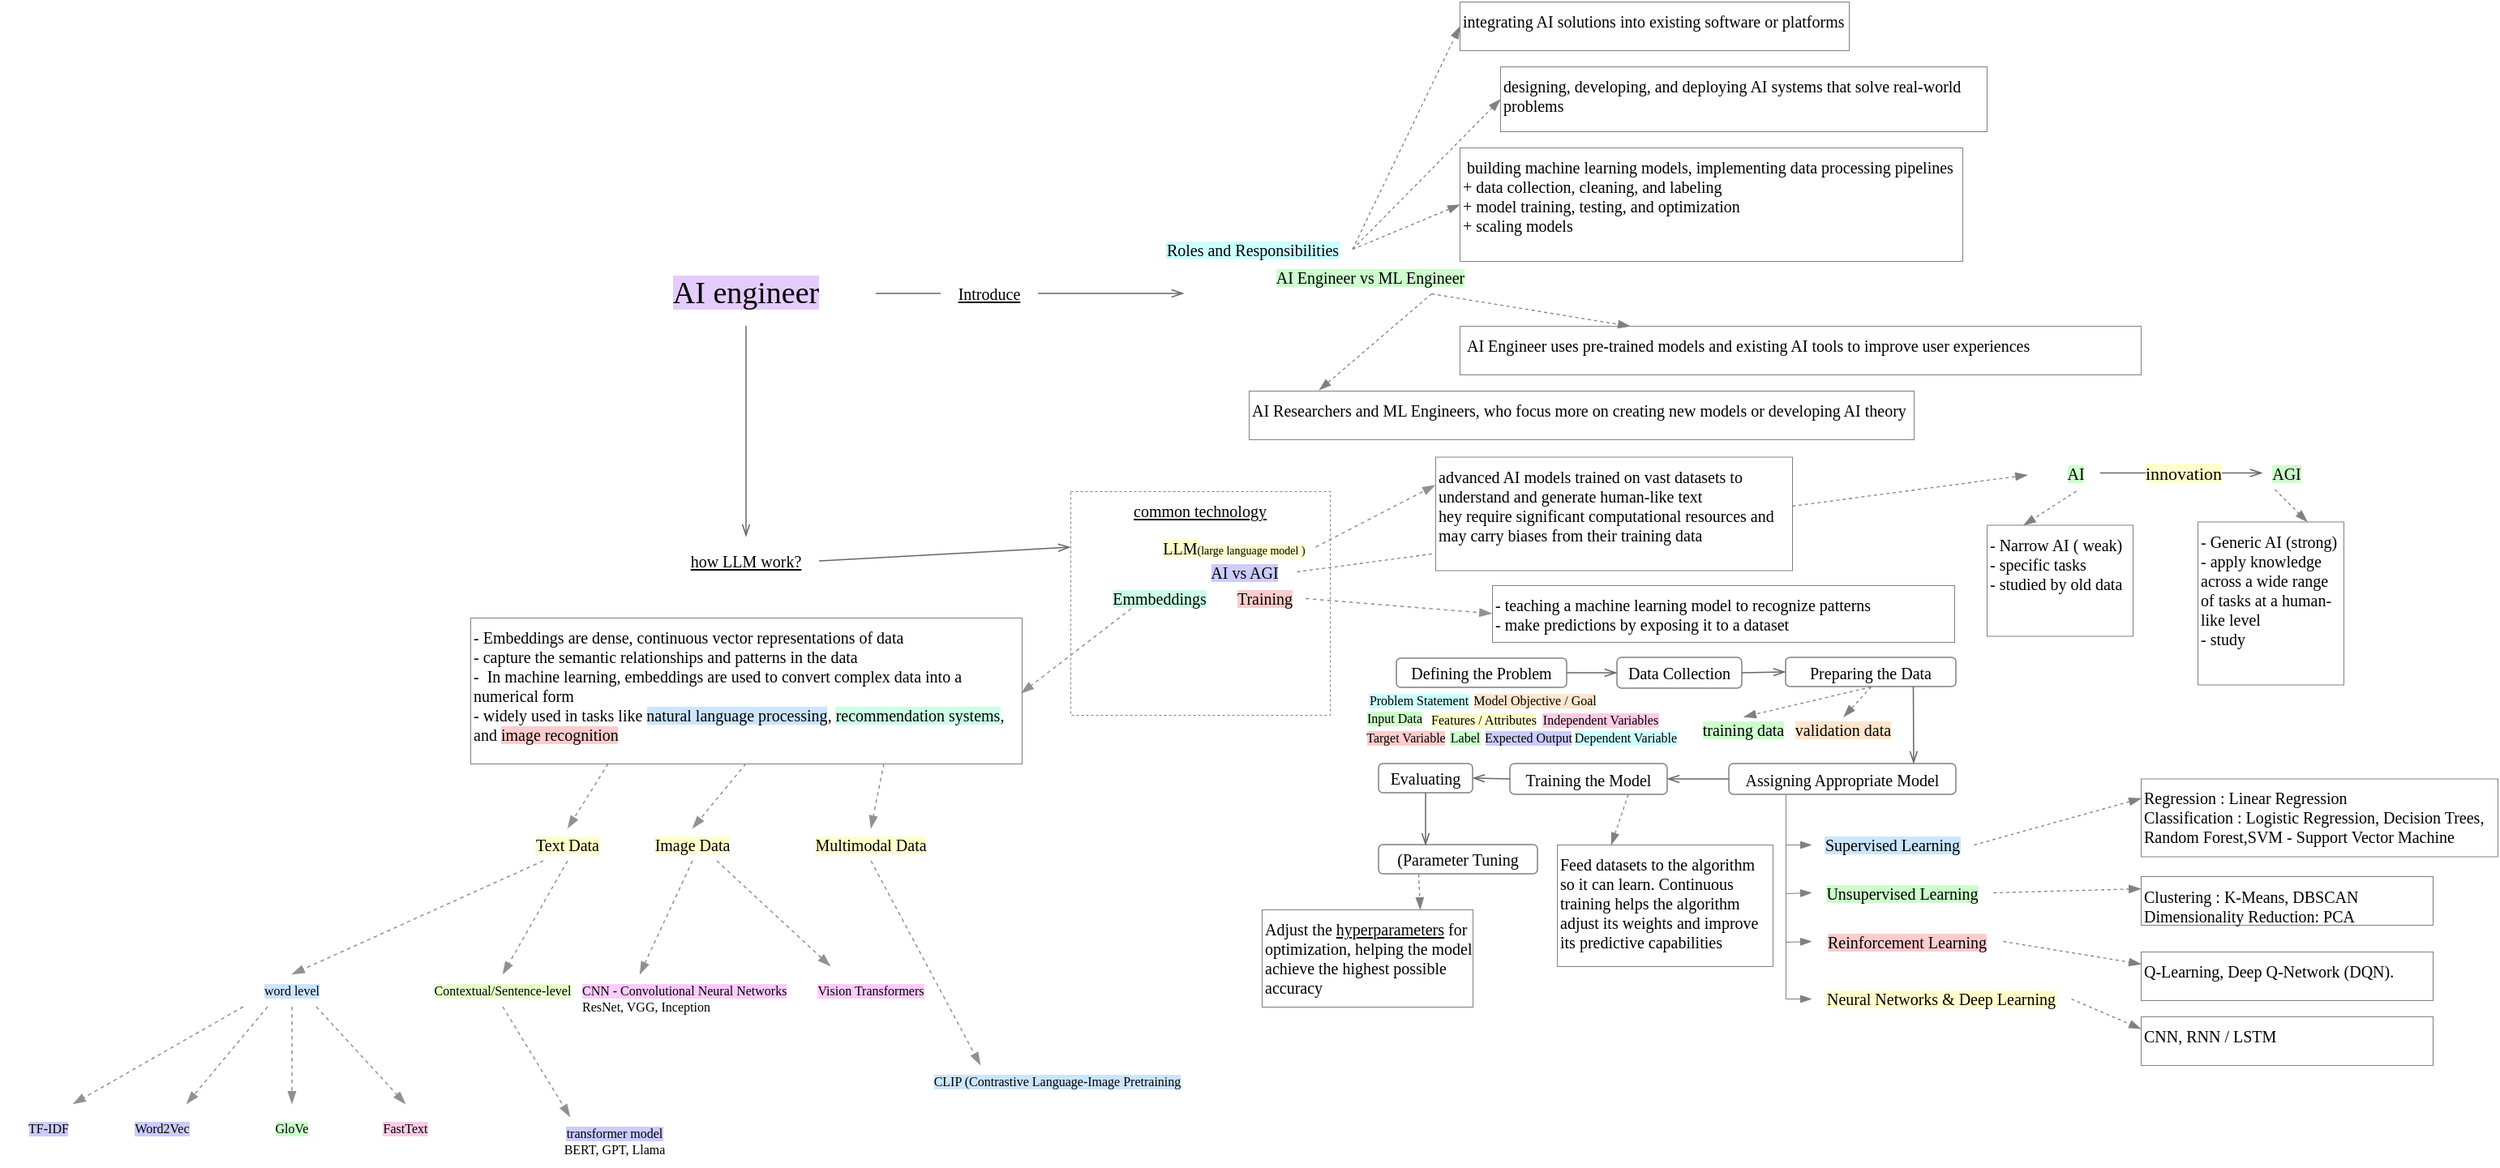
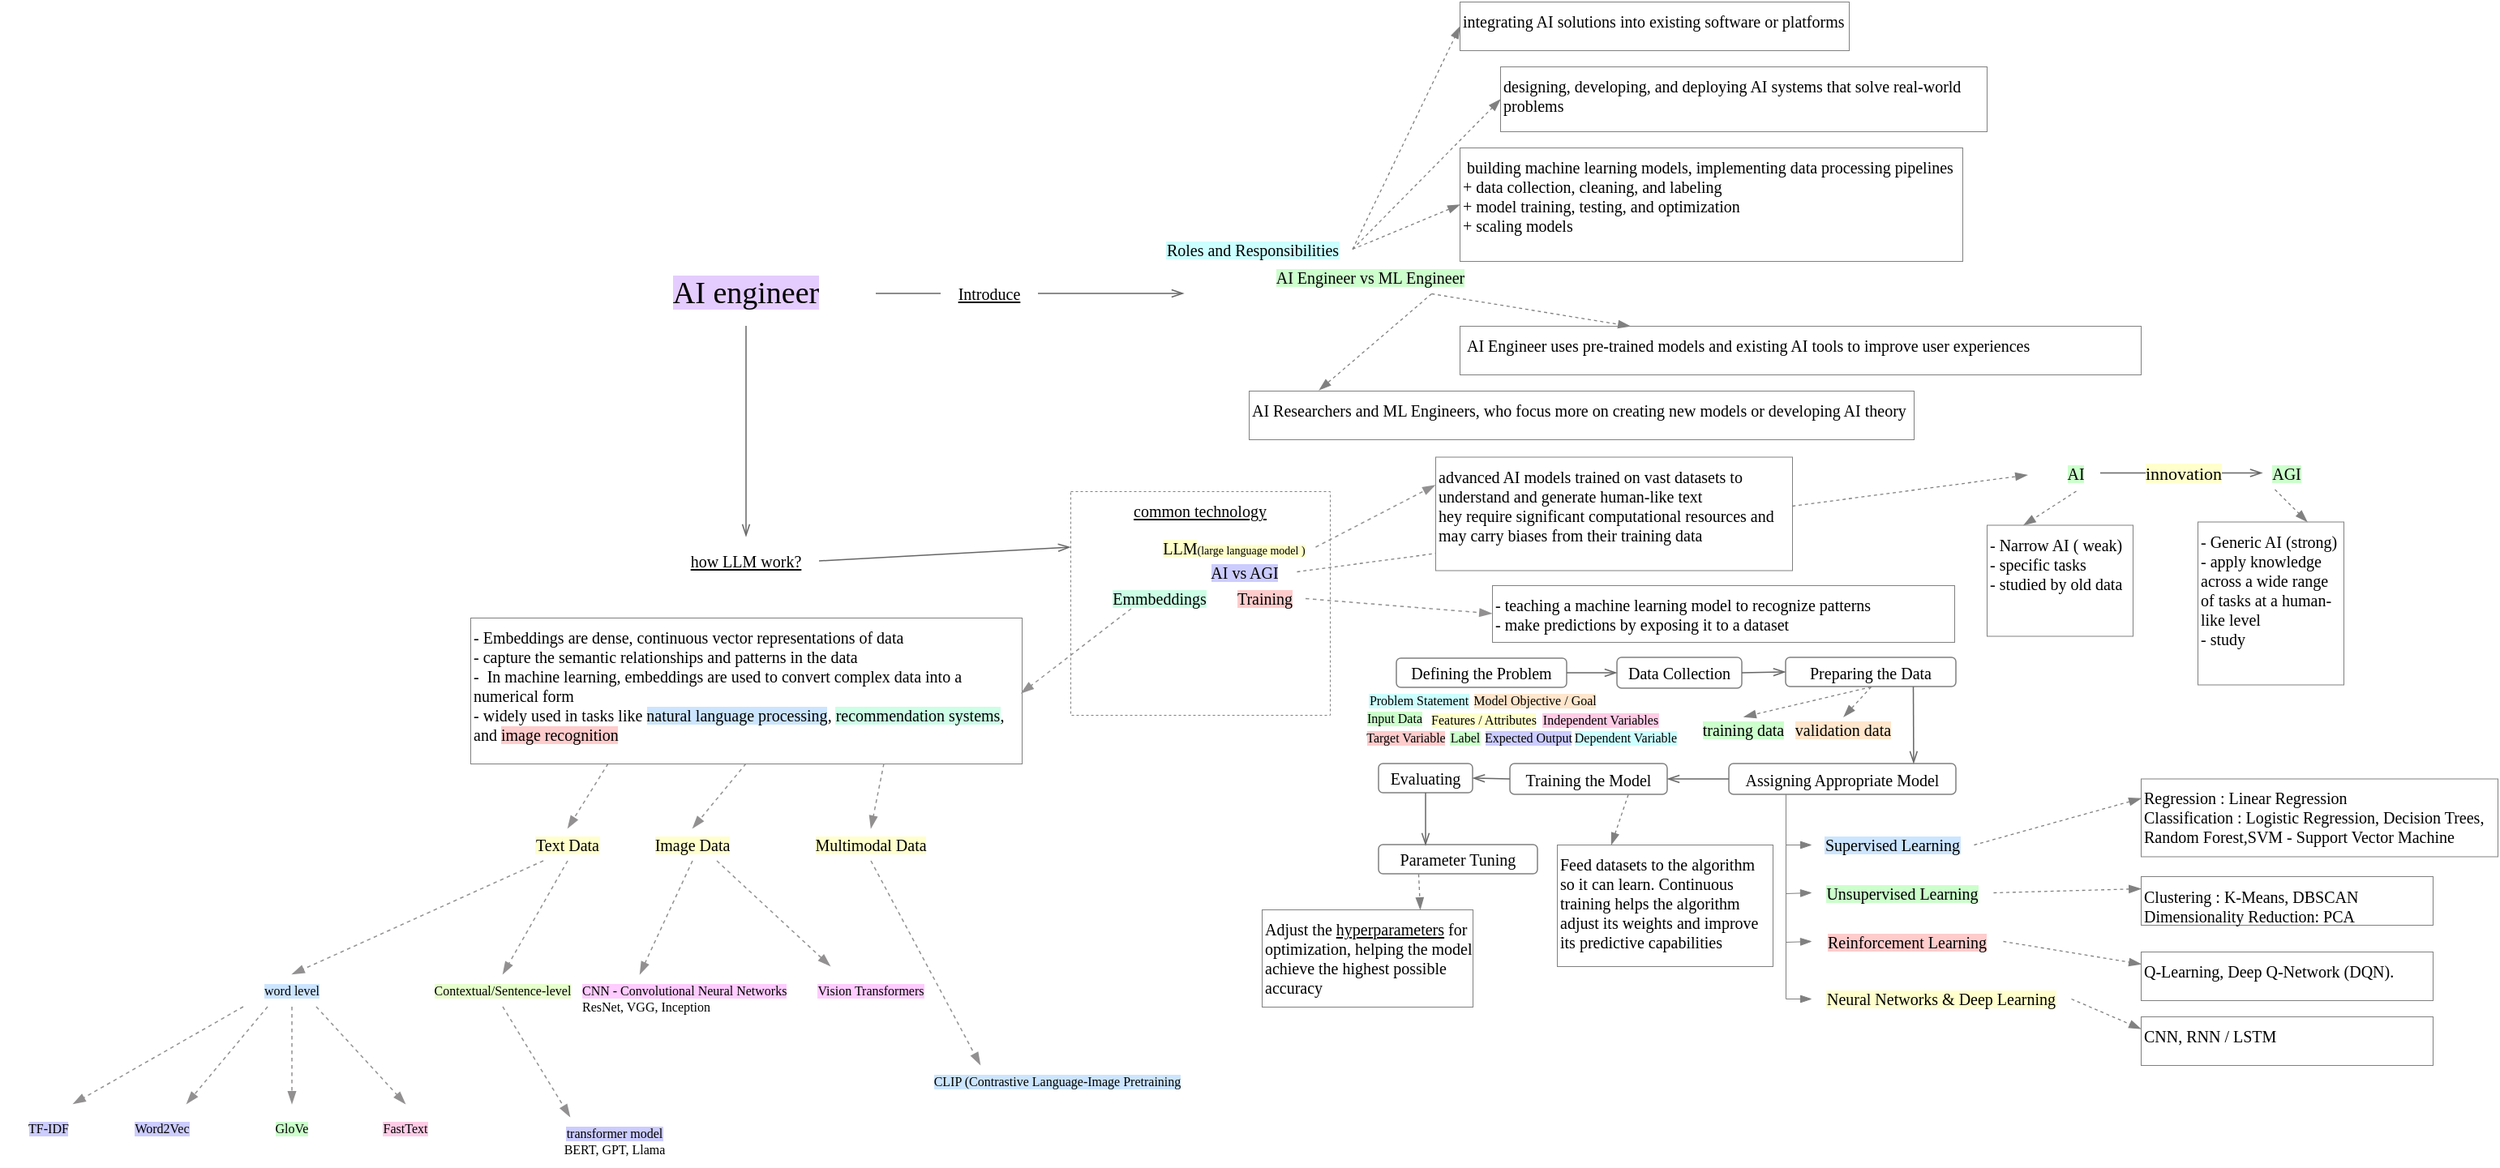
<mxfile host="app.diagrams.net" agent="Mozilla/5.0 (Macintosh; Intel Mac OS X 10_15_7) AppleWebKit/537.36 (KHTML, like Gecko) draw.io/29.3.0 Chrome/140.0.7339.249 Electron/38.7.2 Safari/537.36">
  <diagram name="Page-1" id="n3nyEJ4kgbD7jWuKOy95">
    <mxGraphModel dx="514" dy="240" grid="1" gridSize="10" guides="1" tooltips="1" connect="1" arrows="1" fold="1" page="1" pageScale="1" pageWidth="827" pageHeight="1169" math="0" shadow="0">
      <root>
        <mxCell id="0" />
        <mxCell id="1" parent="0" />
        <mxCell id="48Jv2C9wjBzbgeSbcpPr-1" parent="1" style="text;html=1;whiteSpace=wrap;strokeColor=none;fillColor=none;align=center;verticalAlign=middle;rounded=0;fontFamily=Comic Sans MS;fontSize=19;" value="&lt;span style=&quot;background-color: rgb(229, 204, 255);&quot;&gt;AI engineer&lt;/span&gt;" vertex="1">
          <mxGeometry height="40" width="160" x="400" y="360" as="geometry" />
        </mxCell>
        <mxCell id="48Jv2C9wjBzbgeSbcpPr-3" parent="1" style="text;html=1;whiteSpace=wrap;strokeColor=none;fillColor=none;align=center;verticalAlign=middle;rounded=0;fontFamily=Comic Sans MS;fontSize=10;fontStyle=4" value="how LLM work?" vertex="1">
          <mxGeometry height="30" width="90" x="435" y="530" as="geometry" />
        </mxCell>
        <mxCell id="48Jv2C9wjBzbgeSbcpPr-6" edge="1" parent="1" source="48Jv2C9wjBzbgeSbcpPr-1" style="endArrow=openThin;html=1;rounded=0;strokeWidth=0.75;endFill=0;strokeColor=#666666;exitX=0.5;exitY=1;exitDx=0;exitDy=0;entryX=0.5;entryY=0;entryDx=0;entryDy=0;fontFamily=Comic Sans MS;" target="48Jv2C9wjBzbgeSbcpPr-3" value="">
          <mxGeometry height="50" relative="1" width="50" as="geometry">
            <mxPoint x="390" y="450" as="sourcePoint" />
            <mxPoint x="440" y="400" as="targetPoint" />
          </mxGeometry>
        </mxCell>
        <mxCell id="48Jv2C9wjBzbgeSbcpPr-8" parent="1" style="text;html=1;whiteSpace=wrap;strokeColor=none;fillColor=none;align=center;verticalAlign=middle;rounded=0;fontFamily=Comic Sans MS;fontSize=10;fontStyle=4" value="Introduce" vertex="1">
          <mxGeometry height="30" width="60" x="600" y="365" as="geometry" />
        </mxCell>
        <mxCell id="48Jv2C9wjBzbgeSbcpPr-9" edge="1" parent="1" source="48Jv2C9wjBzbgeSbcpPr-1" style="endArrow=none;html=1;rounded=0;strokeWidth=0.75;endFill=0;strokeColor=#666666;entryX=0;entryY=0.5;entryDx=0;entryDy=0;exitX=1;exitY=0.5;exitDx=0;exitDy=0;fontFamily=Comic Sans MS;" target="48Jv2C9wjBzbgeSbcpPr-8" value="">
          <mxGeometry height="50" relative="1" width="50" as="geometry">
            <mxPoint x="390" y="450" as="sourcePoint" />
            <mxPoint x="440" y="400" as="targetPoint" />
          </mxGeometry>
        </mxCell>
        <mxCell id="48Jv2C9wjBzbgeSbcpPr-11" edge="1" parent="1" source="48Jv2C9wjBzbgeSbcpPr-8" style="endArrow=openThin;html=1;rounded=0;strokeWidth=0.75;endFill=0;strokeColor=#666666;exitX=1;exitY=0.5;exitDx=0;exitDy=0;fontFamily=Comic Sans MS;" value="">
          <mxGeometry height="50" relative="1" width="50" as="geometry">
            <mxPoint x="590" y="450" as="sourcePoint" />
            <mxPoint x="750" y="380" as="targetPoint" />
          </mxGeometry>
        </mxCell>
        <mxCell id="48Jv2C9wjBzbgeSbcpPr-13" parent="1" style="text;html=1;whiteSpace=wrap;strokeColor=none;fillColor=none;align=center;verticalAlign=middle;rounded=0;fontFamily=Comic Sans MS;fontSize=10;" value="&lt;div&gt;&lt;span style=&quot;background-color: rgb(204, 255, 255);&quot;&gt;Roles and Responsibilities&lt;/span&gt;&lt;/div&gt;" vertex="1">
          <mxGeometry height="15" width="122.5" x="731.25" y="345" as="geometry" />
        </mxCell>
        <mxCell id="48Jv2C9wjBzbgeSbcpPr-14" parent="1" style="rounded=0;whiteSpace=wrap;html=1;fontFamily=Comic Sans MS;strokeWidth=0.5;strokeColor=#808080;align=left;verticalAlign=top;fontSize=10;" value="designing, developing, and deploying AI systems that solve real-world problems" vertex="1">
          <mxGeometry height="40" width="300" x="945" y="240" as="geometry" />
        </mxCell>
        <mxCell id="48Jv2C9wjBzbgeSbcpPr-15" parent="1" style="rounded=0;whiteSpace=wrap;html=1;fontFamily=Comic Sans MS;strokeWidth=0.5;strokeColor=#808080;align=left;verticalAlign=top;fontSize=10;" value="&amp;nbsp;building machine learning models, implementing data processing pipelines&lt;div&gt;+&amp;nbsp;data collection, cleaning, and labeling&lt;/div&gt;&lt;div&gt;+&amp;nbsp;model training, testing, and optimization&lt;/div&gt;&lt;div&gt;+&amp;nbsp;scaling models&lt;/div&gt;" vertex="1">
          <mxGeometry height="70" width="310" x="920" y="290" as="geometry" />
        </mxCell>
        <mxCell id="48Jv2C9wjBzbgeSbcpPr-16" parent="1" style="rounded=0;whiteSpace=wrap;html=1;fontFamily=Comic Sans MS;strokeWidth=0.5;strokeColor=#808080;align=left;verticalAlign=top;fontSize=10;" value="integrating AI solutions into existing software or platforms" vertex="1">
          <mxGeometry height="30" width="240" x="920" y="200" as="geometry" />
        </mxCell>
        <mxCell id="48Jv2C9wjBzbgeSbcpPr-17" edge="1" parent="1" source="48Jv2C9wjBzbgeSbcpPr-13" style="endArrow=blockThin;html=1;rounded=0;strokeColor=#808080;endFill=1;strokeWidth=0.65;exitX=1;exitY=0.5;exitDx=0;exitDy=0;entryX=0;entryY=0.5;entryDx=0;entryDy=0;dashed=1;fontFamily=Comic Sans MS;" target="48Jv2C9wjBzbgeSbcpPr-15" value="">
          <mxGeometry height="50" relative="1" width="50" as="geometry">
            <mxPoint x="945" y="330" as="sourcePoint" />
            <mxPoint x="920" y="290" as="targetPoint" />
          </mxGeometry>
        </mxCell>
        <mxCell id="48Jv2C9wjBzbgeSbcpPr-18" edge="1" parent="1" source="48Jv2C9wjBzbgeSbcpPr-13" style="endArrow=blockThin;html=1;rounded=0;strokeColor=#808080;endFill=1;strokeWidth=0.65;exitX=1;exitY=0.5;exitDx=0;exitDy=0;entryX=0;entryY=0.5;entryDx=0;entryDy=0;dashed=1;fontFamily=Comic Sans MS;" target="48Jv2C9wjBzbgeSbcpPr-14" value="">
          <mxGeometry height="50" relative="1" width="50" as="geometry">
            <mxPoint x="945" y="330" as="sourcePoint" />
            <mxPoint x="920" y="290" as="targetPoint" />
          </mxGeometry>
        </mxCell>
        <mxCell id="48Jv2C9wjBzbgeSbcpPr-19" edge="1" parent="1" source="48Jv2C9wjBzbgeSbcpPr-13" style="endArrow=blockThin;html=1;rounded=0;strokeColor=#808080;endFill=1;strokeWidth=0.65;exitX=1;exitY=0.5;exitDx=0;exitDy=0;entryX=0;entryY=0.5;entryDx=0;entryDy=0;dashed=1;fontFamily=Comic Sans MS;" target="48Jv2C9wjBzbgeSbcpPr-16" value="">
          <mxGeometry height="50" relative="1" width="50" as="geometry">
            <mxPoint x="945" y="330" as="sourcePoint" />
            <mxPoint x="920" y="290" as="targetPoint" />
          </mxGeometry>
        </mxCell>
        <mxCell id="48Jv2C9wjBzbgeSbcpPr-20" parent="1" style="text;html=1;whiteSpace=wrap;strokeColor=none;fillColor=none;align=center;verticalAlign=middle;rounded=0;fontFamily=Comic Sans MS;fontSize=10;" value="&lt;span style=&quot;background-color: rgb(204, 255, 204);&quot;&gt;AI Engineer vs ML Engineer&lt;/span&gt;" vertex="1">
          <mxGeometry height="20" width="150" x="790" y="360" as="geometry" />
        </mxCell>
        <mxCell id="48Jv2C9wjBzbgeSbcpPr-21" parent="1" style="rounded=0;whiteSpace=wrap;html=1;fontFamily=Comic Sans MS;strokeWidth=0.5;strokeColor=#808080;align=left;verticalAlign=top;fontSize=10;" value="&amp;nbsp;AI Engineer uses pre-trained models and existing AI tools to improve user experiences" vertex="1">
          <mxGeometry height="30" width="420" x="920" y="400" as="geometry" />
        </mxCell>
        <mxCell id="48Jv2C9wjBzbgeSbcpPr-22" parent="1" style="rounded=0;whiteSpace=wrap;html=1;fontFamily=Comic Sans MS;strokeWidth=0.5;strokeColor=#808080;align=left;verticalAlign=top;fontSize=10;" value="AI Researchers and ML Engineers, who focus more on creating new models or developing AI theory" vertex="1">
          <mxGeometry height="30" width="410" x="790" y="440" as="geometry" />
        </mxCell>
        <mxCell id="48Jv2C9wjBzbgeSbcpPr-23" edge="1" parent="1" source="48Jv2C9wjBzbgeSbcpPr-20" style="endArrow=blockThin;html=1;rounded=0;strokeColor=#808080;endFill=1;strokeWidth=0.65;exitX=0.75;exitY=1;exitDx=0;exitDy=0;entryX=0.25;entryY=0;entryDx=0;entryDy=0;dashed=1;fontFamily=Comic Sans MS;" target="48Jv2C9wjBzbgeSbcpPr-21" value="">
          <mxGeometry height="50" relative="1" width="50" as="geometry">
            <mxPoint x="705" y="330" as="sourcePoint" />
            <mxPoint x="680" y="290" as="targetPoint" />
          </mxGeometry>
        </mxCell>
        <mxCell id="48Jv2C9wjBzbgeSbcpPr-24" edge="1" parent="1" source="48Jv2C9wjBzbgeSbcpPr-20" style="endArrow=blockThin;html=1;rounded=0;strokeColor=#808080;endFill=1;strokeWidth=0.65;exitX=0.75;exitY=1;exitDx=0;exitDy=0;entryX=0.105;entryY=-0.017;entryDx=0;entryDy=0;dashed=1;entryPerimeter=0;fontFamily=Comic Sans MS;" target="48Jv2C9wjBzbgeSbcpPr-22" value="">
          <mxGeometry height="50" relative="1" width="50" as="geometry">
            <mxPoint x="705" y="330" as="sourcePoint" />
            <mxPoint x="680" y="290" as="targetPoint" />
          </mxGeometry>
        </mxCell>
        <mxCell id="48Jv2C9wjBzbgeSbcpPr-25" parent="1" style="rounded=0;whiteSpace=wrap;html=1;fontFamily=Comic Sans MS;strokeWidth=0.5;strokeColor=#808080;align=center;verticalAlign=top;fontSize=10;dashed=1;" value="&lt;u&gt;common technology&lt;/u&gt;&lt;div&gt;&lt;br&gt;&lt;/div&gt;" vertex="1">
          <mxGeometry height="138" width="160" x="680" y="502" as="geometry" />
        </mxCell>
        <mxCell id="48Jv2C9wjBzbgeSbcpPr-27" parent="1" style="text;html=1;whiteSpace=wrap;strokeColor=none;fillColor=none;align=center;verticalAlign=middle;rounded=0;fontFamily=Comic Sans MS;fontSize=10;" value="&lt;span&gt;&lt;span style=&quot;background-color: light-dark(rgb(204, 204, 255), rgb(0, 43, 0));&quot;&gt;AI vs AGI&lt;/span&gt;&lt;br&gt;&lt;/span&gt;" vertex="1">
          <mxGeometry height="10" width="65" x="754.5" y="546.5" as="geometry" />
        </mxCell>
        <mxCell id="48Jv2C9wjBzbgeSbcpPr-28" edge="1" parent="1" source="48Jv2C9wjBzbgeSbcpPr-3" style="endArrow=openThin;html=1;rounded=0;strokeWidth=0.75;endFill=0;strokeColor=#666666;exitX=1;exitY=0.5;exitDx=0;exitDy=0;entryX=0;entryY=0.25;entryDx=0;entryDy=0;fontFamily=Comic Sans MS;" target="48Jv2C9wjBzbgeSbcpPr-25" value="">
          <mxGeometry height="50" relative="1" width="50" as="geometry">
            <mxPoint x="670" y="630" as="sourcePoint" />
            <mxPoint x="720" y="580" as="targetPoint" />
          </mxGeometry>
        </mxCell>
        <mxCell id="48Jv2C9wjBzbgeSbcpPr-31" edge="1" parent="1" source="48Jv2C9wjBzbgeSbcpPr-27" style="endArrow=blockThin;html=1;rounded=0;strokeColor=#808080;endFill=1;strokeWidth=0.65;exitX=1;exitY=0.5;exitDx=0;exitDy=0;dashed=1;fontFamily=Comic Sans MS;entryX=0;entryY=0.5;entryDx=0;entryDy=0;" value="">
          <mxGeometry height="50" relative="1" width="50" as="geometry">
            <mxPoint x="810" y="536" as="sourcePoint" />
            <mxPoint x="1270" y="491.7500000000001" as="targetPoint" />
          </mxGeometry>
        </mxCell>
        <mxCell id="48Jv2C9wjBzbgeSbcpPr-32" parent="1" style="text;html=1;whiteSpace=wrap;strokeColor=none;fillColor=none;align=center;verticalAlign=middle;rounded=0;fontFamily=Comic Sans MS;fontSize=10;" value="&lt;span style=&quot;background-color: rgb(204, 255, 204);&quot;&gt;&lt;span style=&quot;background-color: light-dark(rgb(204, 255, 204), rgb(0, 43, 0));&quot;&gt;AI&lt;/span&gt;&lt;br&gt;&lt;/span&gt;" vertex="1">
          <mxGeometry height="22" width="30" x="1285" y="479.75" as="geometry" />
        </mxCell>
        <mxCell id="48Jv2C9wjBzbgeSbcpPr-34" parent="1" style="text;html=1;whiteSpace=wrap;strokeColor=none;fillColor=none;align=center;verticalAlign=middle;rounded=0;fontFamily=Comic Sans MS;fontSize=10;" value="&lt;span style=&quot;background-color: rgb(204, 255, 204);&quot;&gt;AGI&lt;/span&gt;" vertex="1">
          <mxGeometry height="20" width="30" x="1415" y="480.75" as="geometry" />
        </mxCell>
        <mxCell id="48Jv2C9wjBzbgeSbcpPr-35" edge="1" parent="1" source="48Jv2C9wjBzbgeSbcpPr-32" style="endArrow=openThin;html=1;rounded=0;strokeWidth=0.75;endFill=0;strokeColor=#666666;exitX=1;exitY=0.5;exitDx=0;exitDy=0;fontFamily=Comic Sans MS;" target="48Jv2C9wjBzbgeSbcpPr-34" value="">
          <mxGeometry height="50" relative="1" width="50" as="geometry">
            <mxPoint x="1325" y="612.75" as="sourcePoint" />
            <mxPoint x="1375" y="562.75" as="targetPoint" />
          </mxGeometry>
        </mxCell>
        <mxCell id="48Jv2C9wjBzbgeSbcpPr-36" connectable="0" parent="48Jv2C9wjBzbgeSbcpPr-35" style="edgeLabel;html=1;align=center;verticalAlign=middle;resizable=0;points=[];fontFamily=Comic Sans MS;" value="&lt;span style=&quot;background-color: rgb(255, 255, 204);&quot;&gt;innovation&lt;/span&gt;" vertex="1">
          <mxGeometry relative="1" x="-0.312" as="geometry">
            <mxPoint x="16" as="offset" />
          </mxGeometry>
        </mxCell>
        <mxCell id="48Jv2C9wjBzbgeSbcpPr-37" parent="1" style="rounded=0;whiteSpace=wrap;html=1;fontFamily=Comic Sans MS;strokeWidth=0.5;strokeColor=#808080;align=left;verticalAlign=top;fontSize=10;" value="- Narrow AI ( weak)&lt;div&gt;-&amp;nbsp;specific tasks&lt;/div&gt;&lt;div&gt;- studied by old data&lt;/div&gt;" vertex="1">
          <mxGeometry height="68.5" width="90" x="1245" y="522.75" as="geometry" />
        </mxCell>
        <mxCell id="48Jv2C9wjBzbgeSbcpPr-38" parent="1" style="rounded=0;whiteSpace=wrap;html=1;fontFamily=Comic Sans MS;strokeWidth=0.5;strokeColor=#808080;align=left;verticalAlign=top;fontSize=10;" value="- Generic AI (strong)&lt;div&gt;-&amp;nbsp;apply knowledge across a wide range of tasks at a human-like level&lt;/div&gt;&lt;div&gt;- study&amp;nbsp;&lt;/div&gt;" vertex="1">
          <mxGeometry height="100.5" width="90" x="1375" y="520.75" as="geometry" />
        </mxCell>
        <mxCell id="48Jv2C9wjBzbgeSbcpPr-39" edge="1" parent="1" source="48Jv2C9wjBzbgeSbcpPr-34" style="endArrow=blockThin;html=1;rounded=0;strokeColor=#808080;endFill=1;strokeWidth=0.65;exitX=0.25;exitY=1;exitDx=0;exitDy=0;entryX=0.75;entryY=0;entryDx=0;entryDy=0;dashed=1;" target="48Jv2C9wjBzbgeSbcpPr-38" value="">
          <mxGeometry height="50" relative="1" width="50" as="geometry">
            <mxPoint x="1390" y="580.75" as="sourcePoint" />
            <mxPoint x="1365" y="540.75" as="targetPoint" />
          </mxGeometry>
        </mxCell>
        <mxCell id="48Jv2C9wjBzbgeSbcpPr-41" edge="1" parent="1" source="48Jv2C9wjBzbgeSbcpPr-32" style="endArrow=blockThin;html=1;rounded=0;strokeColor=#808080;endFill=1;strokeWidth=0.65;exitX=0.5;exitY=1;exitDx=0;exitDy=0;entryX=0.25;entryY=0;entryDx=0;entryDy=0;dashed=1;" target="48Jv2C9wjBzbgeSbcpPr-37" value="">
          <mxGeometry height="50" relative="1" width="50" as="geometry">
            <mxPoint x="1390" y="582.75" as="sourcePoint" />
            <mxPoint x="1365" y="542.75" as="targetPoint" />
          </mxGeometry>
        </mxCell>
        <mxCell id="4Kx2ZGOmUHy-jwn0eLsE-1" parent="1" style="text;html=1;whiteSpace=wrap;strokeColor=none;fillColor=none;align=center;verticalAlign=middle;rounded=0;" value="&lt;font face=&quot;Comic Sans MS&quot; style=&quot;background-color: rgb(255, 255, 204); font-size: 10px;&quot;&gt;LLM&lt;/font&gt;&lt;span style=&quot;background-color: rgb(255, 255, 204); font-size: 7px; font-family: &amp;quot;Comic Sans MS&amp;quot;; color: light-dark(rgb(0, 0, 0), rgb(255, 255, 255));&quot;&gt;(large language model )&lt;/span&gt;" vertex="1">
          <mxGeometry height="20" width="100" x="731.25" y="526.5" as="geometry" />
        </mxCell>
        <mxCell id="4Kx2ZGOmUHy-jwn0eLsE-2" parent="1" style="rounded=0;whiteSpace=wrap;html=1;align=left;verticalAlign=top;fontFamily=Comic Sans MS;strokeWidth=0.5;fontSize=10;strokeColor=#808080;" value="&lt;div&gt;&lt;div&gt;&lt;span style=&quot;background-color: transparent;&quot;&gt;advanced AI models trained on vast datasets to understand and generate human-like text&lt;/span&gt;&lt;/div&gt;&lt;/div&gt;&lt;div&gt;&lt;span style=&quot;background-color: transparent;&quot;&gt;hey require significant computational resources and may carry biases from their training data&lt;/span&gt;&lt;/div&gt;" vertex="1">
          <mxGeometry height="70" width="220" x="905" y="480.75" as="geometry" />
        </mxCell>
        <mxCell id="4Kx2ZGOmUHy-jwn0eLsE-3" edge="1" parent="1" source="4Kx2ZGOmUHy-jwn0eLsE-1" style="endArrow=blockThin;html=1;rounded=0;endFill=1;strokeColor=light-dark(#929090, #ededed);strokeWidth=0.75;dashed=1;exitX=1;exitY=0.5;exitDx=0;exitDy=0;entryX=0;entryY=0.25;entryDx=0;entryDy=0;" target="4Kx2ZGOmUHy-jwn0eLsE-2" value="">
          <mxGeometry height="50" relative="1" width="50" as="geometry">
            <mxPoint x="710" y="550" as="sourcePoint" />
            <mxPoint x="760" y="500" as="targetPoint" />
          </mxGeometry>
        </mxCell>
        <mxCell id="4Kx2ZGOmUHy-jwn0eLsE-4" parent="1" style="text;html=1;whiteSpace=wrap;strokeColor=none;fillColor=none;align=center;verticalAlign=middle;rounded=0;fontFamily=Comic Sans MS;fontSize=10;" value="&lt;span&gt;&lt;span style=&quot;background-color: light-dark(rgb(204, 255, 230), rgb(0, 43, 0));&quot;&gt;Emmbeddings&lt;/span&gt;&lt;br&gt;&lt;/span&gt;" vertex="1">
          <mxGeometry height="14" width="70" x="700" y="560.5" as="geometry" />
        </mxCell>
        <mxCell id="4Kx2ZGOmUHy-jwn0eLsE-5" parent="1" style="rounded=0;whiteSpace=wrap;html=1;align=left;verticalAlign=top;fontFamily=Comic Sans MS;strokeWidth=0.5;fontSize=10;strokeColor=#808080;" value="&lt;div&gt;&lt;div&gt;&lt;span style=&quot;background-color: transparent;&quot;&gt;- Embeddings are dense, continuous vector representations of data&lt;/span&gt;&lt;/div&gt;&lt;/div&gt;&lt;div&gt;&lt;span style=&quot;background-color: transparent;&quot;&gt;-&amp;nbsp;&lt;/span&gt;&lt;span style=&quot;background-color: transparent;&quot;&gt;capture the semantic relationships and patterns in the data&lt;/span&gt;&lt;/div&gt;&lt;div&gt;&lt;span style=&quot;background-color: transparent;&quot;&gt;-&amp;nbsp;&lt;/span&gt;&lt;span style=&quot;background-color: transparent;&quot;&gt;&amp;nbsp;In machine learning, embeddings are used to convert complex data into a numerical form&lt;/span&gt;&lt;/div&gt;&lt;div&gt;&lt;span style=&quot;background-color: transparent;&quot;&gt;-&amp;nbsp;&lt;/span&gt;&lt;span style=&quot;background-color: transparent;&quot;&gt;widely used in tasks like &lt;/span&gt;&lt;span style=&quot;background-color: rgb(204, 229, 255);&quot;&gt;natural language processing&lt;/span&gt;&lt;span style=&quot;background-color: transparent;&quot;&gt;, &lt;/span&gt;&lt;span style=&quot;background-color: rgb(204, 255, 230);&quot;&gt;recommendation systems&lt;/span&gt;&lt;span style=&quot;background-color: transparent;&quot;&gt;, and &lt;/span&gt;&lt;span style=&quot;background-color: rgb(255, 204, 204);&quot;&gt;image recognition&lt;/span&gt;&lt;/div&gt;" vertex="1">
          <mxGeometry height="90" width="340" x="310" y="580" as="geometry" />
        </mxCell>
        <mxCell id="4Kx2ZGOmUHy-jwn0eLsE-6" parent="1" style="text;html=1;whiteSpace=wrap;strokeColor=none;fillColor=none;align=center;verticalAlign=middle;rounded=0;fontSize=10;" value="&lt;font face=&quot;Comic Sans MS&quot; style=&quot;background-color: rgb(255, 204, 204);&quot;&gt;Training&lt;/font&gt;" vertex="1">
          <mxGeometry height="13.5" width="50" x="775" y="561.5" as="geometry" />
        </mxCell>
        <mxCell id="4Kx2ZGOmUHy-jwn0eLsE-7" edge="1" parent="1" source="4Kx2ZGOmUHy-jwn0eLsE-4" style="endArrow=blockThin;html=1;rounded=0;endFill=1;strokeColor=light-dark(#929090, #ededed);strokeWidth=0.75;dashed=1;exitX=0.25;exitY=1;exitDx=0;exitDy=0;entryX=0.999;entryY=0.518;entryDx=0;entryDy=0;entryPerimeter=0;" target="4Kx2ZGOmUHy-jwn0eLsE-5" value="">
          <mxGeometry height="50" relative="1" width="50" as="geometry">
            <mxPoint x="620" y="640" as="sourcePoint" />
            <mxPoint x="670" y="590" as="targetPoint" />
          </mxGeometry>
        </mxCell>
        <mxCell id="4Kx2ZGOmUHy-jwn0eLsE-8" parent="1" style="rounded=0;whiteSpace=wrap;html=1;align=left;verticalAlign=top;fontFamily=Comic Sans MS;strokeWidth=0.5;fontSize=10;strokeColor=#808080;" value="&lt;div&gt;&lt;span style=&quot;background-color: transparent; color: light-dark(rgb(0, 0, 0), rgb(255, 255, 255));&quot;&gt;-&amp;nbsp;teaching a machine learning model to recognize patterns&lt;/span&gt;&lt;/div&gt;&lt;div&gt;-&amp;nbsp;make predictions by exposing it to a dataset&lt;/div&gt;" vertex="1">
          <mxGeometry height="35" width="285" x="940" y="560" as="geometry" />
        </mxCell>
        <mxCell id="4Kx2ZGOmUHy-jwn0eLsE-10" edge="1" parent="1" source="4Kx2ZGOmUHy-jwn0eLsE-6" style="endArrow=blockThin;html=1;rounded=0;endFill=1;strokeColor=light-dark(#929090, #ededed);strokeWidth=0.75;dashed=1;exitX=1;exitY=0.5;exitDx=0;exitDy=0;entryX=0;entryY=0.5;entryDx=0;entryDy=0;" target="4Kx2ZGOmUHy-jwn0eLsE-8" value="">
          <mxGeometry height="50" relative="1" width="50" as="geometry">
            <mxPoint x="950" y="590" as="sourcePoint" />
            <mxPoint x="1000" y="540" as="targetPoint" />
          </mxGeometry>
        </mxCell>
        <mxCell id="4Kx2ZGOmUHy-jwn0eLsE-11" parent="1" style="text;html=1;whiteSpace=wrap;strokeColor=none;fillColor=none;align=center;verticalAlign=middle;rounded=0;fontSize=10;" value="&lt;font face=&quot;Comic Sans MS&quot; style=&quot;background-color: rgb(255, 255, 204);&quot;&gt;Text Data&lt;/font&gt;" vertex="1">
          <mxGeometry height="20" width="60" x="340" y="710" as="geometry" />
        </mxCell>
        <mxCell id="4Kx2ZGOmUHy-jwn0eLsE-12" parent="1" style="text;html=1;whiteSpace=wrap;strokeColor=none;fillColor=none;align=center;verticalAlign=middle;rounded=0;fontSize=10;" value="&lt;font face=&quot;Comic Sans MS&quot; style=&quot;background-color: rgb(255, 255, 204);&quot;&gt;Image Data&lt;/font&gt;" vertex="1">
          <mxGeometry height="20" width="60" x="417" y="710" as="geometry" />
        </mxCell>
        <mxCell id="4Kx2ZGOmUHy-jwn0eLsE-13" parent="1" style="text;html=1;whiteSpace=wrap;strokeColor=none;fillColor=none;align=center;verticalAlign=middle;rounded=0;fontSize=10;" value="&lt;font face=&quot;Comic Sans MS&quot; style=&quot;background-color: rgb(255, 255, 204);&quot;&gt;Multimodal&amp;nbsp;Data&lt;/font&gt;" vertex="1">
          <mxGeometry height="20" width="60" x="527" y="710" as="geometry" />
        </mxCell>
        <mxCell id="4Kx2ZGOmUHy-jwn0eLsE-14" edge="1" parent="1" source="4Kx2ZGOmUHy-jwn0eLsE-5" style="endArrow=blockThin;html=1;rounded=0;endFill=1;strokeColor=light-dark(#929090, #ededed);strokeWidth=0.75;dashed=1;entryX=0.5;entryY=0;entryDx=0;entryDy=0;exitX=0.75;exitY=1;exitDx=0;exitDy=0;" target="4Kx2ZGOmUHy-jwn0eLsE-13" value="">
          <mxGeometry height="50" relative="1" width="50" as="geometry">
            <mxPoint x="410" y="700" as="sourcePoint" />
            <mxPoint x="460" y="650" as="targetPoint" />
          </mxGeometry>
        </mxCell>
        <mxCell id="4Kx2ZGOmUHy-jwn0eLsE-15" edge="1" parent="1" source="4Kx2ZGOmUHy-jwn0eLsE-5" style="endArrow=blockThin;html=1;rounded=0;endFill=1;strokeColor=light-dark(#929090, #ededed);strokeWidth=0.75;dashed=1;entryX=0.5;entryY=0;entryDx=0;entryDy=0;exitX=0.5;exitY=1;exitDx=0;exitDy=0;" target="4Kx2ZGOmUHy-jwn0eLsE-12" value="">
          <mxGeometry height="50" relative="1" width="50" as="geometry">
            <mxPoint x="410" y="700" as="sourcePoint" />
            <mxPoint x="460" y="650" as="targetPoint" />
          </mxGeometry>
        </mxCell>
        <mxCell id="4Kx2ZGOmUHy-jwn0eLsE-16" edge="1" parent="1" source="4Kx2ZGOmUHy-jwn0eLsE-5" style="endArrow=blockThin;html=1;rounded=0;endFill=1;strokeColor=light-dark(#929090, #ededed);strokeWidth=0.75;dashed=1;entryX=0.5;entryY=0;entryDx=0;entryDy=0;exitX=0.25;exitY=1;exitDx=0;exitDy=0;" target="4Kx2ZGOmUHy-jwn0eLsE-11" value="">
          <mxGeometry height="50" relative="1" width="50" as="geometry">
            <mxPoint x="410" y="700" as="sourcePoint" />
            <mxPoint x="460" y="650" as="targetPoint" />
          </mxGeometry>
        </mxCell>
        <mxCell id="4Kx2ZGOmUHy-jwn0eLsE-17" parent="1" style="text;html=1;whiteSpace=wrap;strokeColor=none;fillColor=none;align=center;verticalAlign=middle;rounded=0;fontSize=8;" value="&lt;font face=&quot;Comic Sans MS&quot; style=&quot;background-color: rgb(204, 229, 255);&quot;&gt;word level&lt;/font&gt;" vertex="1">
          <mxGeometry height="20" width="60" x="170" y="800" as="geometry" />
        </mxCell>
        <mxCell id="4Kx2ZGOmUHy-jwn0eLsE-18" parent="1" style="text;html=1;whiteSpace=wrap;strokeColor=none;fillColor=none;align=center;verticalAlign=middle;rounded=0;fontSize=8;fontStyle=0" value="&lt;font face=&quot;Comic Sans MS&quot; style=&quot;background-color: rgb(204, 204, 255);&quot;&gt;Word2Vec&lt;/font&gt;" vertex="1">
          <mxGeometry height="30" width="60" x="90" y="879.9999999999995" as="geometry" />
        </mxCell>
        <mxCell id="4Kx2ZGOmUHy-jwn0eLsE-19" parent="1" style="text;html=1;whiteSpace=wrap;strokeColor=none;fillColor=none;align=center;verticalAlign=middle;rounded=0;fontSize=8;fontStyle=0" value="&lt;font face=&quot;Comic Sans MS&quot; style=&quot;background-color: rgb(204, 255, 204);&quot;&gt;GloVe&lt;/font&gt;" vertex="1">
          <mxGeometry height="30" width="60" x="170" y="879.9999999999995" as="geometry" />
        </mxCell>
        <mxCell id="4Kx2ZGOmUHy-jwn0eLsE-20" parent="1" style="text;html=1;whiteSpace=wrap;strokeColor=none;fillColor=none;align=center;verticalAlign=middle;rounded=0;fontSize=8;fontStyle=0" value="&lt;font face=&quot;Comic Sans MS&quot; style=&quot;background-color: rgb(255, 204, 230);&quot;&gt;FastText&lt;/font&gt;" vertex="1">
          <mxGeometry height="30" width="60" x="240" y="879.9999999999995" as="geometry" />
        </mxCell>
        <mxCell id="4Kx2ZGOmUHy-jwn0eLsE-21" edge="1" parent="1" source="4Kx2ZGOmUHy-jwn0eLsE-17" style="endArrow=blockThin;html=1;rounded=0;endFill=1;strokeColor=light-dark(#929090, #ededed);strokeWidth=0.75;dashed=1;exitX=0.75;exitY=1;exitDx=0;exitDy=0;entryX=0.5;entryY=0;entryDx=0;entryDy=0;fontSize=8;" target="4Kx2ZGOmUHy-jwn0eLsE-20" value="">
          <mxGeometry height="50" relative="1" width="50" as="geometry">
            <mxPoint x="270" y="840" as="sourcePoint" />
            <mxPoint x="320" y="790" as="targetPoint" />
          </mxGeometry>
        </mxCell>
        <mxCell id="4Kx2ZGOmUHy-jwn0eLsE-22" edge="1" parent="1" source="4Kx2ZGOmUHy-jwn0eLsE-17" style="endArrow=blockThin;html=1;rounded=0;endFill=1;strokeColor=light-dark(#929090, #ededed);strokeWidth=0.75;dashed=1;exitX=0.5;exitY=1;exitDx=0;exitDy=0;fontSize=8;" target="4Kx2ZGOmUHy-jwn0eLsE-19" value="">
          <mxGeometry height="50" relative="1" width="50" as="geometry">
            <mxPoint x="240" y="840" as="sourcePoint" />
            <mxPoint x="295" y="900" as="targetPoint" />
          </mxGeometry>
        </mxCell>
        <mxCell id="4Kx2ZGOmUHy-jwn0eLsE-23" edge="1" parent="1" source="4Kx2ZGOmUHy-jwn0eLsE-17" style="endArrow=blockThin;html=1;rounded=0;endFill=1;strokeColor=light-dark(#929090, #ededed);strokeWidth=0.75;dashed=1;exitX=0.25;exitY=1;exitDx=0;exitDy=0;entryX=0.75;entryY=0;entryDx=0;entryDy=0;fontSize=8;" target="4Kx2ZGOmUHy-jwn0eLsE-18" value="">
          <mxGeometry height="50" relative="1" width="50" as="geometry">
            <mxPoint x="190" y="830" as="sourcePoint" />
            <mxPoint x="190" y="890" as="targetPoint" />
          </mxGeometry>
        </mxCell>
        <mxCell id="4Kx2ZGOmUHy-jwn0eLsE-24" parent="1" style="text;html=1;whiteSpace=wrap;strokeColor=none;fillColor=none;align=center;verticalAlign=middle;rounded=0;fontSize=8;" value="&lt;font face=&quot;Comic Sans MS&quot; style=&quot;background-color: rgb(230, 255, 204);&quot;&gt;Contextual/Sentence-level&lt;/font&gt;" vertex="1">
          <mxGeometry height="20" width="140" x="260" y="800" as="geometry" />
        </mxCell>
        <mxCell id="4Kx2ZGOmUHy-jwn0eLsE-25" parent="1" style="text;html=1;whiteSpace=wrap;strokeColor=none;fillColor=none;align=center;verticalAlign=middle;rounded=0;fontSize=8;" value="&lt;font face=&quot;Comic Sans MS&quot;&gt;&lt;span style=&quot;background-color: rgb(204, 204, 255);&quot;&gt;transformer model&lt;/span&gt;&lt;br&gt;&lt;font&gt;BERT, GPT, Llama&lt;/font&gt;&lt;/font&gt;" vertex="1">
          <mxGeometry height="30" width="110" x="344" y="888" as="geometry" />
        </mxCell>
        <mxCell id="4Kx2ZGOmUHy-jwn0eLsE-26" edge="1" parent="1" source="4Kx2ZGOmUHy-jwn0eLsE-24" style="endArrow=blockThin;html=1;rounded=0;endFill=1;strokeColor=light-dark(#929090, #ededed);strokeWidth=0.75;dashed=1;entryX=0.25;entryY=0;entryDx=0;entryDy=0;exitX=0.5;exitY=1;exitDx=0;exitDy=0;fontSize=8;" target="4Kx2ZGOmUHy-jwn0eLsE-25" value="">
          <mxGeometry height="50" relative="1" width="50" as="geometry">
            <mxPoint x="360" y="890" as="sourcePoint" />
            <mxPoint x="410" y="840" as="targetPoint" />
          </mxGeometry>
        </mxCell>
        <mxCell id="4Kx2ZGOmUHy-jwn0eLsE-27" edge="1" parent="1" source="4Kx2ZGOmUHy-jwn0eLsE-11" style="endArrow=blockThin;html=1;rounded=0;endFill=1;strokeColor=light-dark(#929090, #ededed);strokeWidth=0.75;dashed=1;exitX=0.25;exitY=1;exitDx=0;exitDy=0;entryX=0.5;entryY=0;entryDx=0;entryDy=0;" target="4Kx2ZGOmUHy-jwn0eLsE-17" value="">
          <mxGeometry height="50" relative="1" width="50" as="geometry">
            <mxPoint x="330" y="900" as="sourcePoint" />
            <mxPoint x="380" y="850" as="targetPoint" />
          </mxGeometry>
        </mxCell>
        <mxCell id="4Kx2ZGOmUHy-jwn0eLsE-28" edge="1" parent="1" source="4Kx2ZGOmUHy-jwn0eLsE-11" style="endArrow=blockThin;html=1;rounded=0;endFill=1;strokeColor=light-dark(#929090, #ededed);strokeWidth=0.75;dashed=1;entryX=0.5;entryY=0;entryDx=0;entryDy=0;exitX=0.5;exitY=1;exitDx=0;exitDy=0;" target="4Kx2ZGOmUHy-jwn0eLsE-24" value="">
          <mxGeometry height="50" relative="1" width="50" as="geometry">
            <mxPoint x="330" y="900" as="sourcePoint" />
            <mxPoint x="380" y="850" as="targetPoint" />
          </mxGeometry>
        </mxCell>
        <mxCell id="4Kx2ZGOmUHy-jwn0eLsE-29" parent="1" style="text;html=1;whiteSpace=wrap;strokeColor=none;fillColor=none;align=left;verticalAlign=middle;rounded=0;fontSize=8;" value="&lt;font face=&quot;Comic Sans MS&quot;&gt;&lt;span style=&quot;background-color: rgb(255, 204, 255);&quot;&gt;CNN - Convolutional Neural Networks&lt;/span&gt;&lt;br&gt;&lt;span&gt;ResNet, VGG, Inception&lt;/span&gt;&lt;/font&gt;" vertex="1">
          <mxGeometry height="30" width="150" x="377" y="800" as="geometry" />
        </mxCell>
        <mxCell id="4Kx2ZGOmUHy-jwn0eLsE-30" parent="1" style="text;html=1;whiteSpace=wrap;strokeColor=none;fillColor=none;align=center;verticalAlign=middle;rounded=0;fontSize=8;" value="&lt;font face=&quot;Comic Sans MS&quot; style=&quot;background-color: rgb(255, 204, 255);&quot;&gt;Vision Transformers&lt;/font&gt;" vertex="1">
          <mxGeometry height="30" width="100" x="507" y="795" as="geometry" />
        </mxCell>
        <mxCell id="4Kx2ZGOmUHy-jwn0eLsE-31" edge="1" parent="1" source="4Kx2ZGOmUHy-jwn0eLsE-12" style="endArrow=blockThin;html=1;rounded=0;endFill=1;strokeColor=light-dark(#929090, #ededed);strokeWidth=0.75;dashed=1;exitX=0.5;exitY=1;exitDx=0;exitDy=0;entryX=0.25;entryY=0;entryDx=0;entryDy=0;" target="4Kx2ZGOmUHy-jwn0eLsE-29" value="">
          <mxGeometry height="50" relative="1" width="50" as="geometry">
            <mxPoint x="367" y="890" as="sourcePoint" />
            <mxPoint x="417" y="840" as="targetPoint" />
          </mxGeometry>
        </mxCell>
        <mxCell id="4Kx2ZGOmUHy-jwn0eLsE-32" edge="1" parent="1" source="4Kx2ZGOmUHy-jwn0eLsE-12" style="endArrow=blockThin;html=1;rounded=0;endFill=1;strokeColor=light-dark(#929090, #ededed);strokeWidth=0.75;dashed=1;entryX=0.25;entryY=0;entryDx=0;entryDy=0;exitX=0.75;exitY=1;exitDx=0;exitDy=0;" target="4Kx2ZGOmUHy-jwn0eLsE-30" value="">
          <mxGeometry height="50" relative="1" width="50" as="geometry">
            <mxPoint x="367" y="890" as="sourcePoint" />
            <mxPoint x="417" y="840" as="targetPoint" />
          </mxGeometry>
        </mxCell>
        <mxCell id="4Kx2ZGOmUHy-jwn0eLsE-33" parent="1" style="text;html=1;whiteSpace=wrap;strokeColor=none;fillColor=none;align=center;verticalAlign=middle;rounded=0;fontSize=8;" value="&lt;font face=&quot;Comic Sans MS&quot; style=&quot;background-color: rgb(204, 229, 255);&quot;&gt;CLIP (Contrastive Language-Image Pretraining&lt;/font&gt;" vertex="1">
          <mxGeometry height="20" width="190" x="577" y="856" as="geometry" />
        </mxCell>
        <mxCell id="4Kx2ZGOmUHy-jwn0eLsE-34" edge="1" parent="1" source="4Kx2ZGOmUHy-jwn0eLsE-13" style="endArrow=blockThin;html=1;rounded=0;endFill=1;strokeColor=light-dark(#929090, #ededed);strokeWidth=0.75;dashed=1;entryX=0.25;entryY=0;entryDx=0;entryDy=0;exitX=0.5;exitY=1;exitDx=0;exitDy=0;" target="4Kx2ZGOmUHy-jwn0eLsE-33" value="">
          <mxGeometry height="50" relative="1" width="50" as="geometry">
            <mxPoint x="347" y="780" as="sourcePoint" />
            <mxPoint x="397" y="730" as="targetPoint" />
          </mxGeometry>
        </mxCell>
        <mxCell id="4Kx2ZGOmUHy-jwn0eLsE-35" parent="1" style="text;html=1;whiteSpace=wrap;strokeColor=none;fillColor=none;align=center;verticalAlign=middle;rounded=0;fontSize=8;fontStyle=0" value="&lt;font face=&quot;Comic Sans MS&quot; style=&quot;background-color: rgb(204, 204, 255);&quot;&gt;TF-IDF&lt;/font&gt;" vertex="1">
          <mxGeometry height="30" width="60" x="20" y="880" as="geometry" />
        </mxCell>
        <mxCell id="4Kx2ZGOmUHy-jwn0eLsE-36" edge="1" parent="1" source="4Kx2ZGOmUHy-jwn0eLsE-17" style="endArrow=blockThin;html=1;rounded=0;endFill=1;strokeColor=light-dark(#929090, #ededed);strokeWidth=0.75;dashed=1;exitX=0;exitY=1;exitDx=0;exitDy=0;entryX=0.75;entryY=0;entryDx=0;entryDy=0;" target="4Kx2ZGOmUHy-jwn0eLsE-35" value="">
          <mxGeometry height="50" relative="1" width="50" as="geometry">
            <mxPoint x="140" y="780" as="sourcePoint" />
            <mxPoint x="190" y="730" as="targetPoint" />
          </mxGeometry>
        </mxCell>
        <mxCell id="V7DRn1bYesRj_FAgbpVT-1" parent="1" style="rounded=1;whiteSpace=wrap;html=1;strokeColor=#808080;fontFamily=Comic Sans MS;strokeWidth=0.75;fontSize=10;" value="Defining the Problem" vertex="1">
          <mxGeometry height="18" width="105" x="881" y="605" as="geometry" />
        </mxCell>
        <mxCell id="V7DRn1bYesRj_FAgbpVT-5" parent="1" style="rounded=1;whiteSpace=wrap;html=1;strokeColor=#808080;fontFamily=Comic Sans MS;strokeWidth=0.75;fontSize=10;" value="Data Collection" vertex="1">
          <mxGeometry height="19" width="77" x="1017" y="604.5" as="geometry" />
        </mxCell>
        <mxCell id="V7DRn1bYesRj_FAgbpVT-7" parent="1" style="rounded=1;whiteSpace=wrap;html=1;strokeColor=#808080;fontFamily=Comic Sans MS;strokeWidth=0.75;fontSize=10;" value="Preparing the Data" vertex="1">
          <mxGeometry height="18" width="105" x="1121" y="604.5" as="geometry" />
        </mxCell>
        <mxCell id="V7DRn1bYesRj_FAgbpVT-8" parent="1" style="rounded=1;whiteSpace=wrap;html=1;strokeColor=#808080;fontFamily=Comic Sans MS;strokeWidth=0.75;fontSize=10;" value="Assigning Appropriate Model" vertex="1">
          <mxGeometry height="19" width="140" x="1086" y="670" as="geometry" />
        </mxCell>
        <mxCell id="V7DRn1bYesRj_FAgbpVT-9" parent="1" style="rounded=1;whiteSpace=wrap;html=1;strokeColor=#808080;fontFamily=Comic Sans MS;strokeWidth=0.75;fontSize=10;" value="Training the Model" vertex="1">
          <mxGeometry height="19" width="97" x="951" y="670" as="geometry" />
        </mxCell>
        <mxCell id="V7DRn1bYesRj_FAgbpVT-10" parent="1" style="rounded=1;whiteSpace=wrap;html=1;strokeColor=#808080;fontFamily=Comic Sans MS;strokeWidth=0.75;fontSize=10;" value="Evaluating" vertex="1">
          <mxGeometry height="18" width="58" x="870" y="670" as="geometry" />
        </mxCell>
-         <mxCell id="V7DRn1bYesRj_FAgbpVT-11" parent="1" style="rounded=1;whiteSpace=wrap;html=1;strokeColor=#808080;fontFamily=Comic Sans MS;strokeWidth=0.75;fontSize=10;" value="(Parameter Tuning" vertex="1">
+         <mxCell id="V7DRn1bYesRj_FAgbpVT-11" parent="1" style="rounded=1;whiteSpace=wrap;html=1;strokeColor=#808080;fontFamily=Comic Sans MS;strokeWidth=0.75;fontSize=10;" value="Parameter Tuning" vertex="1">
          <mxGeometry height="18" width="98" x="870" y="720" as="geometry" />
        </mxCell>
        <mxCell id="V7DRn1bYesRj_FAgbpVT-12" edge="1" parent="1" source="V7DRn1bYesRj_FAgbpVT-1" style="endArrow=openThin;html=1;rounded=0;strokeWidth=0.75;endFill=0;strokeColor=#666666;entryX=0;entryY=0.5;entryDx=0;entryDy=0;exitX=1;exitY=0.5;exitDx=0;exitDy=0;" target="V7DRn1bYesRj_FAgbpVT-5" value="">
          <mxGeometry height="50" relative="1" width="50" as="geometry">
            <mxPoint x="955" y="695" as="sourcePoint" />
            <mxPoint x="1005" y="645" as="targetPoint" />
          </mxGeometry>
        </mxCell>
        <mxCell id="V7DRn1bYesRj_FAgbpVT-13" edge="1" parent="1" source="V7DRn1bYesRj_FAgbpVT-5" style="endArrow=openThin;html=1;rounded=0;strokeWidth=0.75;endFill=0;strokeColor=#666666;entryX=0;entryY=0.5;entryDx=0;entryDy=0;exitX=1;exitY=0.5;exitDx=0;exitDy=0;" target="V7DRn1bYesRj_FAgbpVT-7" value="">
          <mxGeometry height="50" relative="1" width="50" as="geometry">
            <mxPoint x="955" y="695" as="sourcePoint" />
            <mxPoint x="1005" y="645" as="targetPoint" />
          </mxGeometry>
        </mxCell>
        <mxCell id="V7DRn1bYesRj_FAgbpVT-14" edge="1" parent="1" source="V7DRn1bYesRj_FAgbpVT-7" style="endArrow=openThin;html=1;rounded=0;strokeWidth=0.75;endFill=0;strokeColor=#666666;exitX=0.75;exitY=1;exitDx=0;exitDy=0;entryX=0.814;entryY=0;entryDx=0;entryDy=0;entryPerimeter=0;" target="V7DRn1bYesRj_FAgbpVT-8" value="">
          <mxGeometry height="50" relative="1" width="50" as="geometry">
            <mxPoint x="1179" y="652" as="sourcePoint" />
            <mxPoint x="1229" y="602" as="targetPoint" />
          </mxGeometry>
        </mxCell>
        <mxCell id="V7DRn1bYesRj_FAgbpVT-15" edge="1" parent="1" source="V7DRn1bYesRj_FAgbpVT-8" style="endArrow=openThin;html=1;rounded=0;strokeWidth=0.75;endFill=0;strokeColor=#666666;exitX=0;exitY=0.5;exitDx=0;exitDy=0;entryX=1;entryY=0.5;entryDx=0;entryDy=0;" target="V7DRn1bYesRj_FAgbpVT-9" value="">
          <mxGeometry height="50" relative="1" width="50" as="geometry">
            <mxPoint x="1020" y="652" as="sourcePoint" />
            <mxPoint x="1070" y="602" as="targetPoint" />
          </mxGeometry>
        </mxCell>
        <mxCell id="V7DRn1bYesRj_FAgbpVT-16" edge="1" parent="1" source="V7DRn1bYesRj_FAgbpVT-9" style="endArrow=openThin;html=1;rounded=0;strokeWidth=0.75;endFill=0;strokeColor=#666666;exitX=0;exitY=0.5;exitDx=0;exitDy=0;entryX=1;entryY=0.5;entryDx=0;entryDy=0;" target="V7DRn1bYesRj_FAgbpVT-10" value="">
          <mxGeometry height="50" relative="1" width="50" as="geometry">
            <mxPoint x="884" y="652" as="sourcePoint" />
            <mxPoint x="934" y="602" as="targetPoint" />
          </mxGeometry>
        </mxCell>
        <mxCell id="V7DRn1bYesRj_FAgbpVT-17" edge="1" parent="1" source="V7DRn1bYesRj_FAgbpVT-10" style="endArrow=openThin;html=1;rounded=0;strokeWidth=0.75;endFill=0;strokeColor=#666666;entryX=0.296;entryY=0.028;entryDx=0;entryDy=0;entryPerimeter=0;exitX=0.5;exitY=1;exitDx=0;exitDy=0;" target="V7DRn1bYesRj_FAgbpVT-11" value="">
          <mxGeometry height="50" relative="1" width="50" as="geometry">
            <mxPoint x="845" y="614" as="sourcePoint" />
            <mxPoint x="895" y="564" as="targetPoint" />
          </mxGeometry>
        </mxCell>
        <mxCell id="V7DRn1bYesRj_FAgbpVT-18" parent="1" style="text;html=1;whiteSpace=wrap;strokeColor=none;fillColor=none;align=center;verticalAlign=middle;rounded=0;fontFamily=Comic Sans MS;fontSize=10;" value="&lt;span style=&quot;background-color: rgb(204, 255, 204);&quot;&gt;training data&lt;/span&gt;" vertex="1">
          <mxGeometry height="15" width="60" x="1065" y="641" as="geometry" />
        </mxCell>
        <mxCell id="V7DRn1bYesRj_FAgbpVT-19" parent="1" style="text;html=1;whiteSpace=wrap;strokeColor=none;fillColor=none;align=center;verticalAlign=middle;rounded=0;fontFamily=Comic Sans MS;fontSize=10;" value="&lt;span style=&quot;background-color: rgb(255, 230, 204);&quot;&gt;validation data&lt;/span&gt;" vertex="1">
          <mxGeometry height="15" width="69" x="1122" y="641" as="geometry" />
        </mxCell>
        <mxCell id="V7DRn1bYesRj_FAgbpVT-20" edge="1" parent="1" source="V7DRn1bYesRj_FAgbpVT-7" style="endArrow=blockThin;html=1;rounded=0;strokeColor=#808080;endFill=1;strokeWidth=0.65;exitX=0.5;exitY=1;exitDx=0;exitDy=0;entryX=0.5;entryY=0;entryDx=0;entryDy=0;dashed=1;" target="V7DRn1bYesRj_FAgbpVT-19" value="">
          <mxGeometry height="50" relative="1" width="50" as="geometry">
            <mxPoint x="1039" y="571" as="sourcePoint" />
            <mxPoint x="1014" y="531" as="targetPoint" />
          </mxGeometry>
        </mxCell>
        <mxCell id="V7DRn1bYesRj_FAgbpVT-21" edge="1" parent="1" source="V7DRn1bYesRj_FAgbpVT-7" style="endArrow=blockThin;html=1;rounded=0;strokeColor=#808080;endFill=1;strokeWidth=0.65;exitX=0.5;exitY=1;exitDx=0;exitDy=0;entryX=0.5;entryY=0;entryDx=0;entryDy=0;dashed=1;" target="V7DRn1bYesRj_FAgbpVT-18" value="">
          <mxGeometry height="50" relative="1" width="50" as="geometry">
            <mxPoint x="1039" y="571" as="sourcePoint" />
            <mxPoint x="1014" y="531" as="targetPoint" />
          </mxGeometry>
        </mxCell>
        <mxCell id="V7DRn1bYesRj_FAgbpVT-22" parent="1" style="text;html=1;whiteSpace=wrap;strokeColor=none;fillColor=none;align=center;verticalAlign=middle;rounded=0;fontFamily=Comic Sans MS;fontSize=10;" value="&lt;span style=&quot;background-color: rgb(204, 229, 255);&quot;&gt;Supervised Learning&lt;/span&gt;" vertex="1">
          <mxGeometry height="18" width="100" x="1137" y="711" as="geometry" />
        </mxCell>
        <mxCell id="V7DRn1bYesRj_FAgbpVT-23" parent="1" style="text;html=1;whiteSpace=wrap;strokeColor=none;fillColor=none;align=center;verticalAlign=middle;rounded=0;fontFamily=Comic Sans MS;fontSize=10;" value="&lt;span style=&quot;background-color: rgb(204, 255, 204);&quot;&gt;Unsupervised Learning&lt;/span&gt;" vertex="1">
          <mxGeometry height="21" width="112" x="1137" y="739" as="geometry" />
        </mxCell>
        <mxCell id="V7DRn1bYesRj_FAgbpVT-24" parent="1" style="text;html=1;whiteSpace=wrap;strokeColor=none;fillColor=none;align=center;verticalAlign=middle;rounded=0;fontFamily=Comic Sans MS;fontSize=10;" value="&lt;span style=&quot;background-color: rgb(255, 204, 204);&quot;&gt;Reinforcement Learning&lt;/span&gt;" vertex="1">
          <mxGeometry height="19" width="118" x="1137" y="770" as="geometry" />
        </mxCell>
        <mxCell id="V7DRn1bYesRj_FAgbpVT-25" parent="1" style="text;html=1;whiteSpace=wrap;strokeColor=none;fillColor=none;align=center;verticalAlign=middle;rounded=0;fontFamily=Comic Sans MS;fontSize=10;" value="&lt;span style=&quot;background-color: rgb(255, 255, 204);&quot;&gt;Neural Networks &amp;amp; Deep Learning&lt;/span&gt;" vertex="1">
          <mxGeometry height="18" width="160" x="1137" y="806" as="geometry" />
        </mxCell>
        <mxCell id="V7DRn1bYesRj_FAgbpVT-26" edge="1" parent="1" source="V7DRn1bYesRj_FAgbpVT-8" style="endArrow=blockThin;html=1;rounded=0;strokeColor=#808080;endFill=1;strokeWidth=0.5;exitX=0.25;exitY=1;exitDx=0;exitDy=0;entryX=0;entryY=0.5;entryDx=0;entryDy=0;" target="V7DRn1bYesRj_FAgbpVT-22" value="">
          <mxGeometry height="50" relative="1" width="50" as="geometry">
            <Array as="points">
              <mxPoint x="1121" y="720" />
            </Array>
            <mxPoint x="1103" y="744" as="sourcePoint" />
            <mxPoint x="1207" y="654" as="targetPoint" />
          </mxGeometry>
        </mxCell>
        <mxCell id="V7DRn1bYesRj_FAgbpVT-27" edge="1" parent="1" source="V7DRn1bYesRj_FAgbpVT-8" style="endArrow=blockThin;html=1;rounded=0;strokeColor=#808080;endFill=1;strokeWidth=0.5;entryX=0;entryY=0.5;entryDx=0;entryDy=0;exitX=0.25;exitY=1;exitDx=0;exitDy=0;" target="V7DRn1bYesRj_FAgbpVT-23" value="">
          <mxGeometry height="50" relative="1" width="50" as="geometry">
            <Array as="points">
              <mxPoint x="1121" y="750" />
            </Array>
            <mxPoint x="1120" y="690" as="sourcePoint" />
            <mxPoint x="1194" y="650" as="targetPoint" />
          </mxGeometry>
        </mxCell>
        <mxCell id="V7DRn1bYesRj_FAgbpVT-28" edge="1" parent="1" source="V7DRn1bYesRj_FAgbpVT-8" style="endArrow=blockThin;html=1;rounded=0;strokeColor=#808080;endFill=1;strokeWidth=0.5;exitX=0.25;exitY=1;exitDx=0;exitDy=0;entryX=0;entryY=0.5;entryDx=0;entryDy=0;" target="V7DRn1bYesRj_FAgbpVT-24" value="">
          <mxGeometry height="50" relative="1" width="50" as="geometry">
            <Array as="points">
              <mxPoint x="1121" y="780" />
            </Array>
            <mxPoint x="1110" y="790" as="sourcePoint" />
            <mxPoint x="1214" y="700" as="targetPoint" />
          </mxGeometry>
        </mxCell>
        <mxCell id="V7DRn1bYesRj_FAgbpVT-31" edge="1" parent="1" source="V7DRn1bYesRj_FAgbpVT-8" style="endArrow=blockThin;html=1;rounded=0;strokeColor=#808080;endFill=1;strokeWidth=0.5;exitX=0.25;exitY=1;exitDx=0;exitDy=0;entryX=0;entryY=0.5;entryDx=0;entryDy=0;" target="V7DRn1bYesRj_FAgbpVT-25" value="">
          <mxGeometry height="50" relative="1" width="50" as="geometry">
            <Array as="points">
              <mxPoint x="1121" y="815" />
            </Array>
            <mxPoint x="1070" y="790" as="sourcePoint" />
            <mxPoint x="1174" y="700" as="targetPoint" />
          </mxGeometry>
        </mxCell>
        <mxCell id="V7DRn1bYesRj_FAgbpVT-33" parent="1" style="rounded=0;whiteSpace=wrap;html=1;fontFamily=Comic Sans MS;strokeWidth=0.5;strokeColor=#808080;align=left;verticalAlign=top;fontSize=10;" value="CNN,&amp;nbsp;RNN / LSTM" vertex="1">
          <mxGeometry height="30" width="180" x="1340" y="826" as="geometry" />
        </mxCell>
        <mxCell id="V7DRn1bYesRj_FAgbpVT-35" parent="1" style="rounded=0;whiteSpace=wrap;html=1;fontFamily=Comic Sans MS;strokeWidth=0.5;strokeColor=#808080;align=left;verticalAlign=top;fontSize=10;" value="Q-Learning, Deep Q-Network (DQN)." vertex="1">
          <mxGeometry height="30" width="180" x="1340" y="786" as="geometry" />
        </mxCell>
        <mxCell id="V7DRn1bYesRj_FAgbpVT-36" parent="1" style="rounded=0;whiteSpace=wrap;html=1;fontFamily=Comic Sans MS;strokeWidth=0.5;strokeColor=#808080;align=left;verticalAlign=top;fontSize=10;" value="Clustering :&amp;nbsp;K-Means, DBSCAN&lt;br&gt;Dimensionality Reduction:&amp;nbsp;PCA" vertex="1">
          <mxGeometry height="30" width="180" x="1340" y="739.5" as="geometry" />
        </mxCell>
        <mxCell id="V7DRn1bYesRj_FAgbpVT-37" parent="1" style="rounded=0;whiteSpace=wrap;html=1;fontFamily=Comic Sans MS;strokeWidth=0.5;strokeColor=#808080;align=left;verticalAlign=top;fontSize=10;" value="Regression :&amp;nbsp;Linear Regression&lt;div&gt;Classification : Logistic Regression, Decision Trees, Random Forest,SVM - Support Vector Machine&lt;/div&gt;" vertex="1">
          <mxGeometry height="48" width="220" x="1340" y="679.25" as="geometry" />
        </mxCell>
        <mxCell id="V7DRn1bYesRj_FAgbpVT-39" edge="1" parent="1" source="V7DRn1bYesRj_FAgbpVT-22" style="endArrow=blockThin;html=1;rounded=0;strokeColor=#808080;endFill=1;strokeWidth=0.65;exitX=1;exitY=0.5;exitDx=0;exitDy=0;entryX=0;entryY=0.25;entryDx=0;entryDy=0;dashed=1;" target="V7DRn1bYesRj_FAgbpVT-37" value="">
          <mxGeometry height="50" relative="1" width="50" as="geometry">
            <mxPoint x="1285" y="760" as="sourcePoint" />
            <mxPoint x="1260" y="720" as="targetPoint" />
          </mxGeometry>
        </mxCell>
        <mxCell id="V7DRn1bYesRj_FAgbpVT-40" edge="1" parent="1" source="V7DRn1bYesRj_FAgbpVT-23" style="endArrow=blockThin;html=1;rounded=0;strokeColor=#808080;endFill=1;strokeWidth=0.65;exitX=1;exitY=0.5;exitDx=0;exitDy=0;entryX=0;entryY=0.25;entryDx=0;entryDy=0;dashed=1;" target="V7DRn1bYesRj_FAgbpVT-36" value="">
          <mxGeometry height="50" relative="1" width="50" as="geometry">
            <mxPoint x="1285" y="760" as="sourcePoint" />
            <mxPoint x="1260" y="720" as="targetPoint" />
          </mxGeometry>
        </mxCell>
        <mxCell id="V7DRn1bYesRj_FAgbpVT-41" edge="1" parent="1" source="V7DRn1bYesRj_FAgbpVT-24" style="endArrow=blockThin;html=1;rounded=0;strokeColor=#808080;endFill=1;strokeWidth=0.65;exitX=1;exitY=0.5;exitDx=0;exitDy=0;entryX=0;entryY=0.25;entryDx=0;entryDy=0;dashed=1;" target="V7DRn1bYesRj_FAgbpVT-35" value="">
          <mxGeometry height="50" relative="1" width="50" as="geometry">
            <mxPoint x="1285" y="760" as="sourcePoint" />
            <mxPoint x="1260" y="720" as="targetPoint" />
          </mxGeometry>
        </mxCell>
        <mxCell id="V7DRn1bYesRj_FAgbpVT-42" edge="1" parent="1" source="V7DRn1bYesRj_FAgbpVT-25" style="endArrow=blockThin;html=1;rounded=0;strokeColor=#808080;endFill=1;strokeWidth=0.65;exitX=1;exitY=0.5;exitDx=0;exitDy=0;entryX=0;entryY=0.25;entryDx=0;entryDy=0;dashed=1;" target="V7DRn1bYesRj_FAgbpVT-33" value="">
          <mxGeometry height="50" relative="1" width="50" as="geometry">
            <mxPoint x="1285" y="760" as="sourcePoint" />
            <mxPoint x="1260" y="720" as="targetPoint" />
          </mxGeometry>
        </mxCell>
        <mxCell id="V7DRn1bYesRj_FAgbpVT-44" parent="1" style="rounded=0;whiteSpace=wrap;html=1;fontFamily=Comic Sans MS;strokeWidth=0.5;strokeColor=#808080;align=left;verticalAlign=top;fontSize=10;" value="Feed datasets to the algorithm so it can learn. Continuous training helps the algorithm adjust its weights and improve its predictive capabilities" vertex="1">
          <mxGeometry height="75" width="133" x="980" y="720" as="geometry" />
        </mxCell>
        <mxCell id="V7DRn1bYesRj_FAgbpVT-45" edge="1" parent="1" source="V7DRn1bYesRj_FAgbpVT-9" style="endArrow=blockThin;html=1;rounded=0;strokeColor=#808080;endFill=1;strokeWidth=0.65;exitX=0.75;exitY=1;exitDx=0;exitDy=0;entryX=0.25;entryY=0;entryDx=0;entryDy=0;dashed=1;" target="V7DRn1bYesRj_FAgbpVT-44" value="">
          <mxGeometry height="50" relative="1" width="50" as="geometry">
            <mxPoint x="1015" y="690" as="sourcePoint" />
            <mxPoint x="990" y="650" as="targetPoint" />
          </mxGeometry>
        </mxCell>
        <mxCell id="V7DRn1bYesRj_FAgbpVT-46" parent="1" style="rounded=0;whiteSpace=wrap;html=1;fontFamily=Comic Sans MS;strokeWidth=0.5;strokeColor=#808080;align=left;verticalAlign=top;fontSize=10;" value="Adjust the &lt;u&gt;hyperparameters&lt;/u&gt; for optimization, helping the model achieve the highest possible accuracy" vertex="1">
          <mxGeometry height="60" width="130" x="798" y="760" as="geometry" />
        </mxCell>
        <mxCell id="V7DRn1bYesRj_FAgbpVT-47" edge="1" parent="1" source="V7DRn1bYesRj_FAgbpVT-11" style="endArrow=blockThin;html=1;rounded=0;strokeColor=#808080;endFill=1;strokeWidth=0.65;exitX=0.25;exitY=1;exitDx=0;exitDy=0;entryX=0.75;entryY=0;entryDx=0;entryDy=0;dashed=1;" target="V7DRn1bYesRj_FAgbpVT-46" value="">
          <mxGeometry height="50" relative="1" width="50" as="geometry">
            <mxPoint x="1015" y="750" as="sourcePoint" />
            <mxPoint x="990" y="710" as="targetPoint" />
          </mxGeometry>
        </mxCell>
        <mxCell id="V7DRn1bYesRj_FAgbpVT-48" parent="1" style="text;html=1;whiteSpace=wrap;strokeColor=none;fillColor=none;align=center;verticalAlign=middle;rounded=0;fontFamily=Comic Sans MS;fontSize=8;" value="&lt;span style=&quot;background-color: rgb(204, 255, 204);&quot;&gt;Input Data&lt;/span&gt;" vertex="1">
          <mxGeometry height="20" width="60" x="850" y="632.25" as="geometry" />
        </mxCell>
        <mxCell id="V7DRn1bYesRj_FAgbpVT-49" parent="1" style="text;html=1;whiteSpace=wrap;strokeColor=none;fillColor=none;align=center;verticalAlign=middle;rounded=0;fontFamily=Comic Sans MS;fontSize=8;" value="&lt;span style=&quot;background-color: rgb(204, 255, 255);&quot;&gt;Problem Statement&lt;/span&gt;" vertex="1">
          <mxGeometry height="20" width="90" x="850" y="621.25" as="geometry" />
        </mxCell>
        <mxCell id="V7DRn1bYesRj_FAgbpVT-50" parent="1" style="text;html=1;whiteSpace=wrap;strokeColor=none;fillColor=none;align=center;verticalAlign=middle;rounded=0;fontFamily=Comic Sans MS;fontSize=8;" value="&lt;span style=&quot;background-color: rgb(255, 230, 204);&quot;&gt;Model Objective / Goal&lt;/span&gt;" vertex="1">
          <mxGeometry height="16.75" width="110.5" x="910.75" y="622.88" as="geometry" />
        </mxCell>
        <mxCell id="V7DRn1bYesRj_FAgbpVT-51" parent="1" style="text;html=1;whiteSpace=wrap;strokeColor=none;fillColor=none;align=center;verticalAlign=middle;rounded=0;fontFamily=Comic Sans MS;fontSize=8;" value="&lt;span style=&quot;background-color: rgb(255, 255, 204);&quot;&gt;Features / Attributes&lt;/span&gt;" vertex="1">
          <mxGeometry height="20" width="100" x="885" y="633" as="geometry" />
        </mxCell>
        <mxCell id="V7DRn1bYesRj_FAgbpVT-52" parent="1" style="text;html=1;whiteSpace=wrap;strokeColor=none;fillColor=none;align=center;verticalAlign=middle;rounded=0;fontFamily=Comic Sans MS;fontSize=8;" value="&lt;span style=&quot;background-color: rgb(255, 204, 230);&quot;&gt;Independent Variables&lt;/span&gt;" vertex="1">
          <mxGeometry height="20" width="100" x="957" y="633" as="geometry" />
        </mxCell>
        <mxCell id="V7DRn1bYesRj_FAgbpVT-53" parent="1" style="text;html=1;whiteSpace=wrap;strokeColor=none;fillColor=none;align=center;verticalAlign=middle;rounded=0;fontFamily=Comic Sans MS;fontSize=8;" value="&lt;span style=&quot;background-color: rgb(255, 204, 204);&quot;&gt;Target Variable&lt;/span&gt;" vertex="1">
          <mxGeometry height="20" width="60" x="857" y="644" as="geometry" />
        </mxCell>
        <mxCell id="V7DRn1bYesRj_FAgbpVT-54" parent="1" style="text;html=1;whiteSpace=wrap;strokeColor=none;fillColor=none;align=center;verticalAlign=middle;rounded=0;fontFamily=Comic Sans MS;fontSize=8;" value="&lt;span style=&quot;background-color: rgb(204, 255, 204);&quot;&gt;Label&lt;/span&gt;" vertex="1">
          <mxGeometry height="12" width="25" x="910.75" y="648" as="geometry" />
        </mxCell>
        <mxCell id="V7DRn1bYesRj_FAgbpVT-55" parent="1" style="text;html=1;whiteSpace=wrap;strokeColor=none;fillColor=none;align=center;verticalAlign=middle;rounded=0;fontFamily=Comic Sans MS;fontSize=8;" value="&lt;span style=&quot;background-color: rgb(204, 204, 255);&quot;&gt;Expected Output&lt;/span&gt;" vertex="1">
          <mxGeometry height="15" width="65" x="929.5" y="646.5" as="geometry" />
        </mxCell>
        <mxCell id="V7DRn1bYesRj_FAgbpVT-56" parent="1" style="text;html=1;whiteSpace=wrap;strokeColor=none;fillColor=none;align=center;verticalAlign=middle;rounded=0;fontFamily=Comic Sans MS;fontSize=8;" value="&lt;span style=&quot;background-color: rgb(204, 255, 255);&quot;&gt;Dependent Variable&lt;/span&gt;" vertex="1">
          <mxGeometry height="18" width="75" x="985" y="645" as="geometry" />
        </mxCell>
      </root>
    </mxGraphModel>
  </diagram>
</mxfile>
